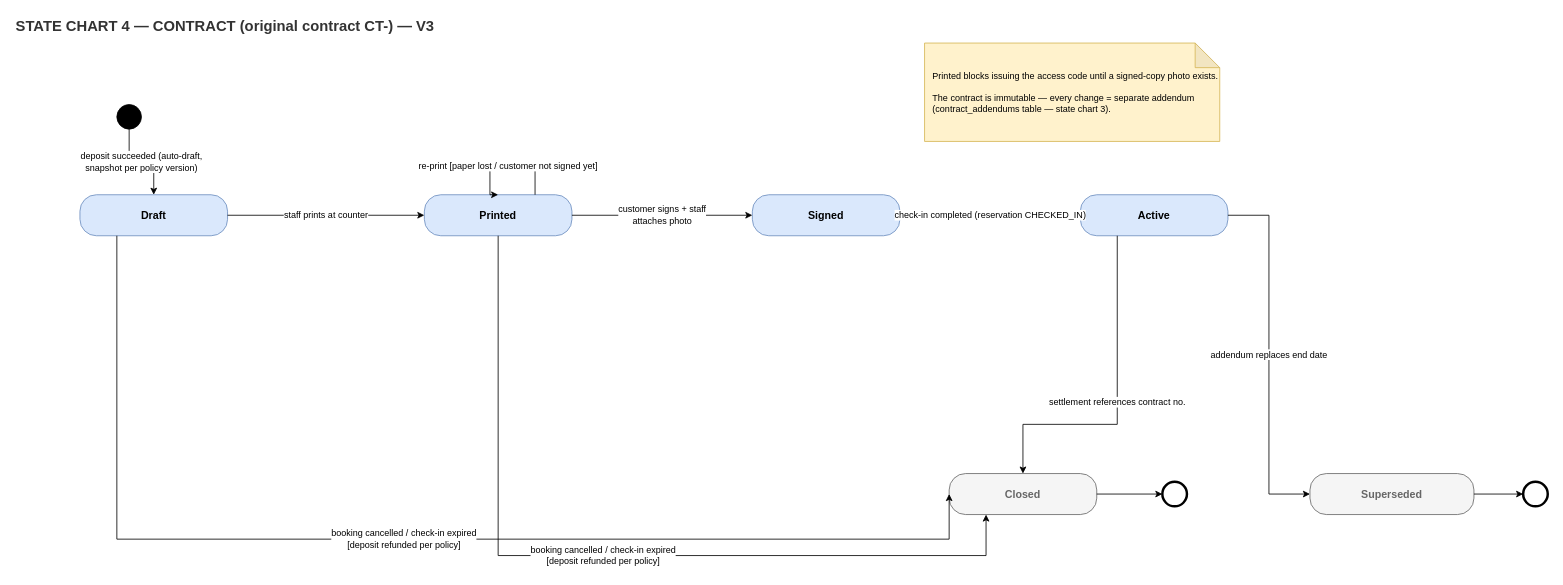
Above: StateCharts_V3/StateChart4_Contract_EN.drawio in bechovang/bmad-swp (draw.io), before the change. Source tidied: cells renumbered, new cells numbered last; positions are measured from the earlier drawing's top-left corner, leaving out a move shared by most shapes. Both pictures are drawn from the tidied source at 82%, with x=0, y=0 at pixel (14, 14).
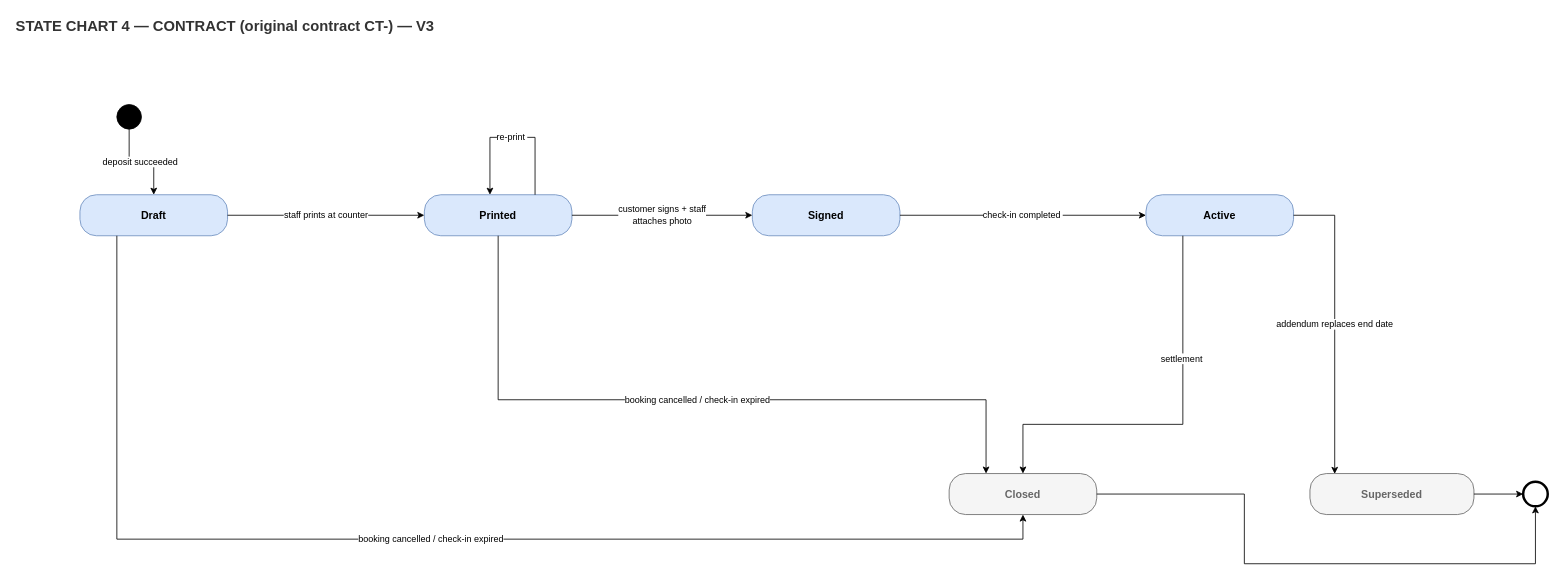
The same diagram, later.

Commit message (it also covers changes not shown here):
Tweak state charts manually (user edits in StateCharts_V3)

Unchanged cells that the change refers to:
```xml
<mxCell id="3" style="ellipse;html=1;fillColor=#000000;strokeColor=#000000;" parent="1" vertex="1">
  <mxGeometry x="125" y="110" width="30" height="30" as="geometry" />
</mxCell>
<mxCell id="4" value="Draft" style="rounded=1;whiteSpace=wrap;html=1;arcSize=40;fillColor=#dae8fc;strokeColor=#6c8ebf;fontSize=13;fontStyle=1;" parent="1" vertex="1">
  <mxGeometry x="80" y="220" width="180" height="50" as="geometry" />
</mxCell>
<mxCell id="5" value="Printed" style="rounded=1;whiteSpace=wrap;html=1;arcSize=40;fillColor=#dae8fc;strokeColor=#6c8ebf;fontSize=13;fontStyle=1;" parent="1" vertex="1">
  <mxGeometry x="500" y="220" width="180" height="50" as="geometry" />
</mxCell>
<mxCell id="6" value="Signed" style="rounded=1;whiteSpace=wrap;html=1;arcSize=40;fillColor=#dae8fc;strokeColor=#6c8ebf;fontSize=13;fontStyle=1;" parent="1" vertex="1">
  <mxGeometry x="900" y="220" width="180" height="50" as="geometry" />
</mxCell>
<mxCell id="8" value="Closed" style="rounded=1;whiteSpace=wrap;html=1;arcSize=40;fillColor=#f5f5f5;strokeColor=#666666;fontSize=13;fontStyle=1;fontColor=#666666;" parent="1" vertex="1">
  <mxGeometry x="1140" y="560" width="180" height="50" as="geometry" />
</mxCell>
<mxCell id="9" value="Superseded" style="rounded=1;whiteSpace=wrap;html=1;arcSize=40;fillColor=#f5f5f5;strokeColor=#666666;fontSize=13;fontStyle=1;fontColor=#666666;" parent="1" vertex="1">
  <mxGeometry x="1580" y="560" width="200" height="50" as="geometry" />
</mxCell>
<mxCell id="11" style="ellipse;html=1;fillColor=#FFFFFF;strokeColor=#000000;strokeWidth=3;" parent="1" vertex="1">
  <mxGeometry x="1840" y="570" width="30" height="30" as="geometry" />
</mxCell>
```

The edit, as a diff of the source:
```diff
@@
     <mxCell id="7" value="Active" style="rounded=1;whiteSpace=wrap;html=1;arcSize=40;fillColor=#dae8fc;strokeColor=#6c8ebf;fontSize=13;fontStyle=1;" parent="1" vertex="1">
-      <mxGeometry x="1300" y="220" width="180" height="50" as="geometry" />
+      <mxGeometry x="1380" y="220" width="180" height="50" as="geometry" />
     </mxCell>
@@
-    <mxCell id="10" style="ellipse;html=1;fillColor=#FFFFFF;strokeColor=#000000;strokeWidth=3;" parent="1" vertex="1">
-      <mxGeometry x="1400" y="570" width="30" height="30" as="geometry" />
-    </mxCell>
@@
-    <mxCell id="12" value="Printed blocks issuing the access code until a signed-copy photo exists.&lt;br&gt;&lt;br&gt;The contract is immutable — every change = separate addendum (contract_addendums table — state chart 3)." style="shape=note;whiteSpace=wrap;html=1;backgroundOutline=1;darkOpacity=0.05;fillColor=#fff2cc;strokeColor=#d6b656;fontSize=11;align=left;spacingLeft=8;" parent="1" vertex="1">
-      <mxGeometry x="1110" y="35" width="360" height="120" as="geometry" />
-    </mxCell>
-    <mxCell id="13" value="deposit succeeded (auto-draft,&lt;br&gt;snapshot per policy version)" style="edgeStyle=orthogonalEdgeStyle;rounded=0;jettySize=auto;html=1;exitX=0.5;exitY=1;exitDx=0;exitDy=0;entryX=0.5;entryY=0;entryDx=0;entryDy=0;fontSize=11;" parent="1" edge="1" source="3" target="4">
+    <mxCell id="13" value="deposit succeeded&amp;nbsp;" style="edgeStyle=orthogonalEdgeStyle;rounded=0;jettySize=auto;html=1;exitX=0.5;exitY=1;exitDx=0;exitDy=0;entryX=0.5;entryY=0;entryDx=0;entryDy=0;fontSize=11;" parent="1" edge="1" source="3" target="4">
       <mxGeometry relative="1" as="geometry" />
     </mxCell>
@@
-    <mxCell id="15" value="re-print [paper lost / customer not signed yet]" style="edgeStyle=orthogonalEdgeStyle;rounded=0;orthogonalLoop=1;jettySize=auto;html=1;exitX=0.75;exitY=0;exitDx=0;exitDy=0;entryX=0.5;entryY=0;entryDx=0;entryDy=0;fontSize=11;" parent="1" edge="1" source="5" target="5">
+    <mxCell id="15" value="re-print&amp;nbsp;" style="edgeStyle=orthogonalEdgeStyle;rounded=0;jettySize=auto;html=1;exitX=0.75;exitY=0;exitDx=0;exitDy=0;fontSize=11;" parent="1" edge="1" source="5">
       <mxGeometry relative="1" as="geometry">
+        <mxPoint x="580" y="220" as="targetPoint" />
         <Array as="points">
-          <mxPoint x="635" y="185" />
-          <mxPoint x="580" y="185" />
+          <mxPoint x="635" y="150" />
+          <mxPoint x="580" y="150" />
+          <mxPoint x="580" y="220" />
         </Array>
       </mxGeometry>
     </mxCell>
@@
-    <mxCell id="17" value="check-in completed (reservation CHECKED_IN)" style="edgeStyle=orthogonalEdgeStyle;rounded=0;jettySize=auto;html=1;exitX=1;exitY=0.5;exitDx=0;exitDy=0;entryX=0;entryY=0.5;entryDx=0;entryDy=0;fontSize=11;" parent="1" edge="1" source="6" target="7">
+    <mxCell id="17" value="check-in completed&amp;nbsp;" style="edgeStyle=orthogonalEdgeStyle;rounded=0;jettySize=auto;html=1;exitX=1;exitY=0.5;exitDx=0;exitDy=0;entryX=0;entryY=0.5;entryDx=0;entryDy=0;fontSize=11;" parent="1" edge="1" source="6" target="7">
       <mxGeometry relative="1" as="geometry" />
     </mxCell>
-    <mxCell id="18" value="settlement references contract no." style="edgeStyle=orthogonalEdgeStyle;rounded=0;jettySize=auto;html=1;exitX=0.25;exitY=1;exitDx=0;exitDy=0;entryX=0.5;entryY=0;entryDx=0;entryDy=0;fontSize=11;" parent="1" edge="1" source="7" target="8">
-      <mxGeometry relative="1" as="geometry">
+    <mxCell id="18" value="settlement&amp;nbsp;" style="edgeStyle=orthogonalEdgeStyle;rounded=0;jettySize=auto;html=1;exitX=0.25;exitY=1;exitDx=0;exitDy=0;entryX=0.5;entryY=0;entryDx=0;entryDy=0;fontSize=11;" parent="1" edge="1" source="7" target="8">
+      <mxGeometry x="-0.38" relative="1" as="geometry">
         <Array as="points">
-          <mxPoint x="1345" y="500" />
+          <mxPoint x="1425" y="500" />
           <mxPoint x="1230" y="500" />
         </Array>
       </mxGeometry>
     </mxCell>
-    <mxCell id="19" value="addendum replaces end date" style="edgeStyle=orthogonalEdgeStyle;rounded=0;jettySize=auto;html=1;exitX=1;exitY=0.5;exitDx=0;exitDy=0;entryX=0;entryY=0.5;entryDx=0;entryDy=0;fontSize=11;" parent="1" edge="1" source="7" target="9">
+    <mxCell id="19" value="addendum replaces end date" style="edgeStyle=orthogonalEdgeStyle;rounded=0;jettySize=auto;html=1;exitX=1;exitY=0.5;exitDx=0;exitDy=0;entryX=0.151;entryY=0.008;entryDx=0;entryDy=0;fontSize=11;entryPerimeter=0;" parent="1" edge="1" source="7" target="9">
       <mxGeometry relative="1" as="geometry">
         <Array as="points">
-          <mxPoint x="1530" y="245" />
-          <mxPoint x="1530" y="585" />
+          <mxPoint x="1610" y="245" />
+          <mxPoint x="1610" y="560" />
         </Array>
       </mxGeometry>
     </mxCell>
-    <mxCell id="20" style="edgeStyle=orthogonalEdgeStyle;rounded=0;jettySize=auto;html=1;exitX=1;exitY=0.5;exitDx=0;exitDy=0;entryX=0;entryY=0.5;entryDx=0;entryDy=0;" parent="1" edge="1" source="8" target="10">
-      <mxGeometry relative="1" as="geometry" />
+    <mxCell id="20" style="edgeStyle=orthogonalEdgeStyle;rounded=0;jettySize=auto;html=1;exitX=1;exitY=0.5;exitDx=0;exitDy=0;entryX=0.5;entryY=1;entryDx=0;entryDy=0;" parent="1" edge="1" source="8" target="11">
+      <mxGeometry relative="1" as="geometry">
+        <Array as="points">
+          <mxPoint x="1500" y="585" />
+          <mxPoint x="1500" y="670" />
+          <mxPoint x="1855" y="670" />
+        </Array>
+      </mxGeometry>
     </mxCell>
@@
-    <mxCell id="22" value="booking cancelled / check-in expired&lt;br&gt;[deposit refunded per policy]" style="edgeStyle=orthogonalEdgeStyle;rounded=0;jettySize=auto;html=1;exitX=0.25;exitY=1;exitDx=0;exitDy=0;entryX=0;entryY=0.5;entryDx=0;entryDy=0;fontSize=11;" parent="1" edge="1" source="4" target="8">
+    <mxCell id="22" value="booking cancelled / check-in expired" style="edgeStyle=orthogonalEdgeStyle;rounded=0;jettySize=auto;html=1;exitX=0.25;exitY=1;exitDx=0;exitDy=0;entryX=0.5;entryY=1;entryDx=0;entryDy=0;fontSize=11;" parent="1" edge="1" source="4" target="8">
       <mxGeometry relative="1" as="geometry">
         <Array as="points">
           <mxPoint x="125" y="640" />
-          <mxPoint x="1140" y="640" />
+          <mxPoint x="1230" y="640" />
         </Array>
       </mxGeometry>
     </mxCell>
-    <mxCell id="23" value="booking cancelled / check-in expired&lt;br&gt;[deposit refunded per policy]" style="edgeStyle=orthogonalEdgeStyle;rounded=0;jettySize=auto;html=1;exitX=0.5;exitY=1;exitDx=0;exitDy=0;entryX=0.25;entryY=1;entryDx=0;entryDy=0;fontSize=11;" parent="1" edge="1" source="5" target="8">
+    <mxCell id="23" value="booking cancelled / check-in expired" style="edgeStyle=orthogonalEdgeStyle;rounded=0;jettySize=auto;html=1;exitX=0.5;exitY=1;exitDx=0;exitDy=0;entryX=0.25;entryY=0;entryDx=0;entryDy=0;fontSize=11;" parent="1" edge="1" source="5" target="8">
       <mxGeometry relative="1" as="geometry">
         <Array as="points">
-          <mxPoint x="590" y="660" />
-          <mxPoint x="1185" y="660" />
+          <mxPoint x="590" y="470" />
+          <mxPoint x="1185" y="470" />
         </Array>
       </mxGeometry>
     </mxCell>
```
